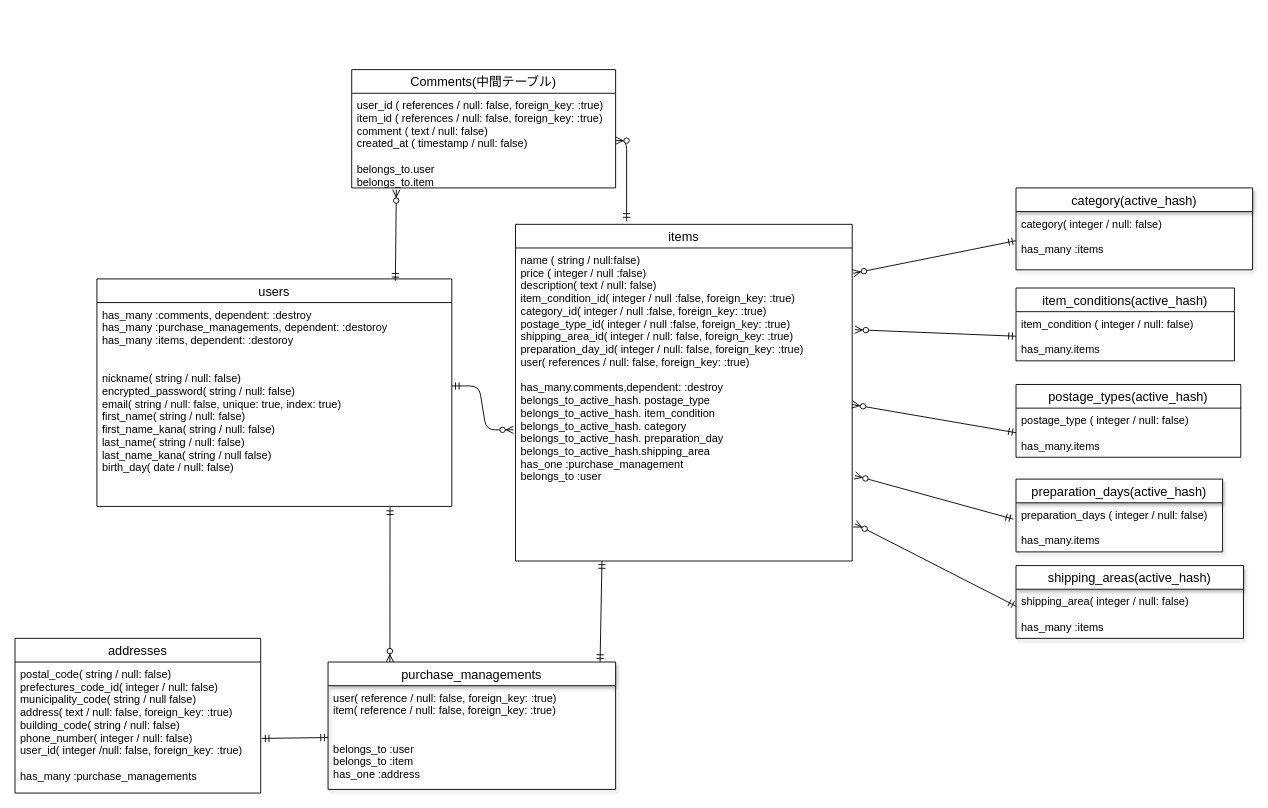
The draw.io diagram furima.dio in Yuuki8568/furima-32047, before the edit. Source tidied: cells renumbered, new cells numbered last; positions are measured from the earlier drawing's top-left corner, leaving out a move shared by most shapes. Both pictures are drawn from the tidied source at 91%, with x=0, y=0 at pixel (15, 69).
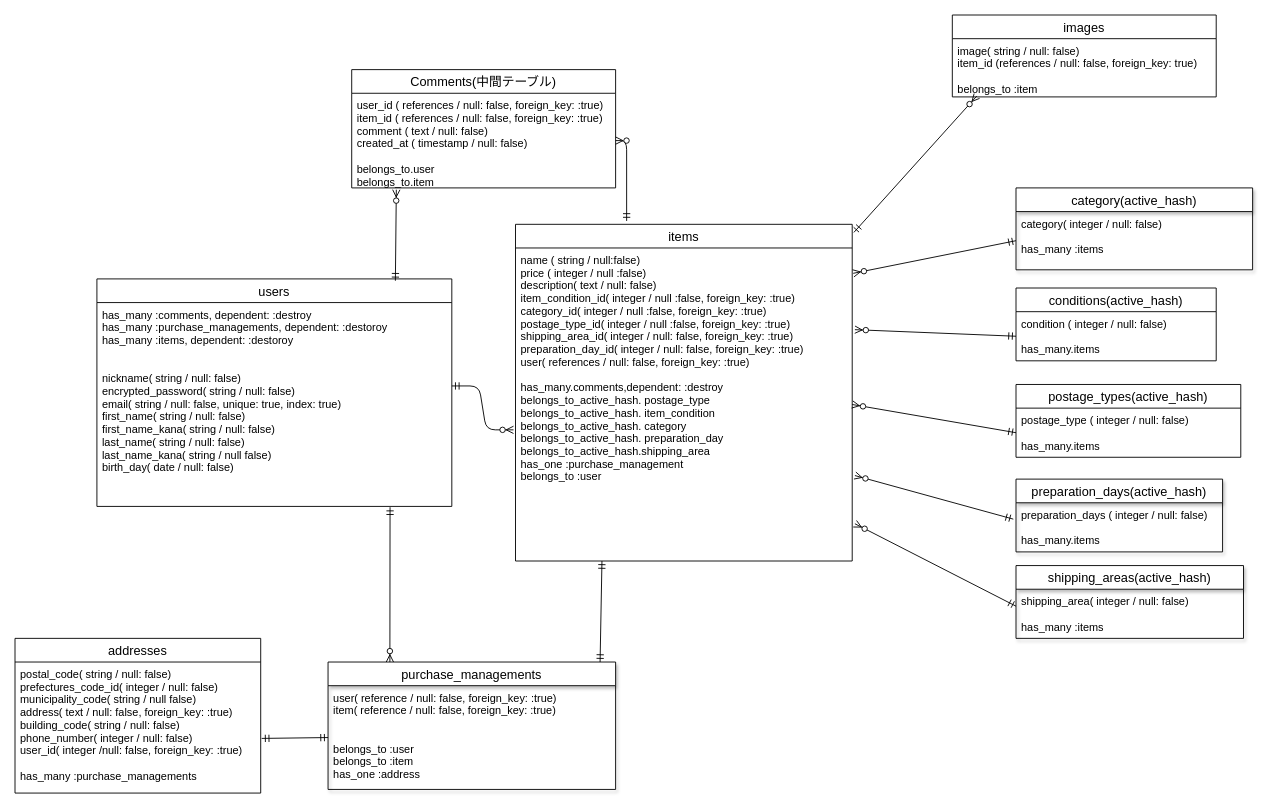
The same page after the edit.

Unchanged cells that the change refers to:
```xml
<mxCell id="3" value="items" style="swimlane;fontStyle=0;horizontal=1;startSize=26;align=center;fontSize=14;" parent="1" vertex="1">
  <mxGeometry x="550" y="170" width="370" height="370" as="geometry" />
</mxCell>
```

What changed in the source:
```diff
@@
+    <mxCell id="33" value="images" style="swimlane;fontStyle=0;horizontal=1;startSize=26;align=center;fontSize=14;" parent="1" vertex="1">
+      <mxGeometry x="1030" y="-60" width="290" height="90" as="geometry" />
+    </mxCell>
+    <mxCell id="34" value="image( string / null: false)&#10;item_id (references / null: false, foreign_key: true)&#10;&#10;belongs_to :item" style="text;strokeColor=none;fillColor=none;spacingLeft=4;spacingRight=4;overflow=hidden;points=[[0,0.5],[1,0.5]];portConstraint=eastwest;fontSize=12;" parent="33" vertex="1">
+      <mxGeometry y="26" width="290" height="64" as="geometry" />
+    </mxCell>
@@
-    <mxCell id="11" value="item_conditions(active_hash)" style="swimlane;fontStyle=0;horizontal=1;startSize=26;align=center;fontSize=14;" parent="1" vertex="1">
-      <mxGeometry x="1100" y="240" width="240" height="80" as="geometry" />
-    </mxCell>
-    <mxCell id="12" value="item_condition ( integer / null: false)&#10;&#10;has_many.items" style="text;strokeColor=none;fillColor=none;spacingLeft=4;spacingRight=4;overflow=hidden;points=[[0,0.5],[1,0.5]];portConstraint=eastwest;fontSize=12;" parent="11" vertex="1">
-      <mxGeometry y="26" width="240" height="54" as="geometry" />
-    </mxCell>
@@
+    <mxCell id="35" value="conditions(active_hash)" style="swimlane;fontStyle=0;horizontal=1;startSize=26;align=center;fontSize=14;" parent="1" vertex="1">
+      <mxGeometry x="1100" y="240" width="220" height="80" as="geometry" />
+    </mxCell>
+    <mxCell id="12" value="condition ( integer / null: false)&#10;&#10;has_many.items" style="text;strokeColor=none;fillColor=none;spacingLeft=4;spacingRight=4;overflow=hidden;points=[[0,0.5],[1,0.5]];portConstraint=eastwest;fontSize=12;" parent="35" vertex="1">
+      <mxGeometry y="26" width="220" height="54" as="geometry" />
+    </mxCell>
+    <mxCell id="36" style="fontSize=12;html=1;endArrow=ERzeroToMany;startArrow=ERmandOne;entryX=0.093;entryY=0.984;entryDx=0;entryDy=0;entryPerimeter=0;exitX=1.005;exitY=0.024;exitDx=0;exitDy=0;exitPerimeter=0;" parent="1" edge="1" source="3" target="34">
+      <mxGeometry relative="1" as="geometry" />
+    </mxCell>
```
